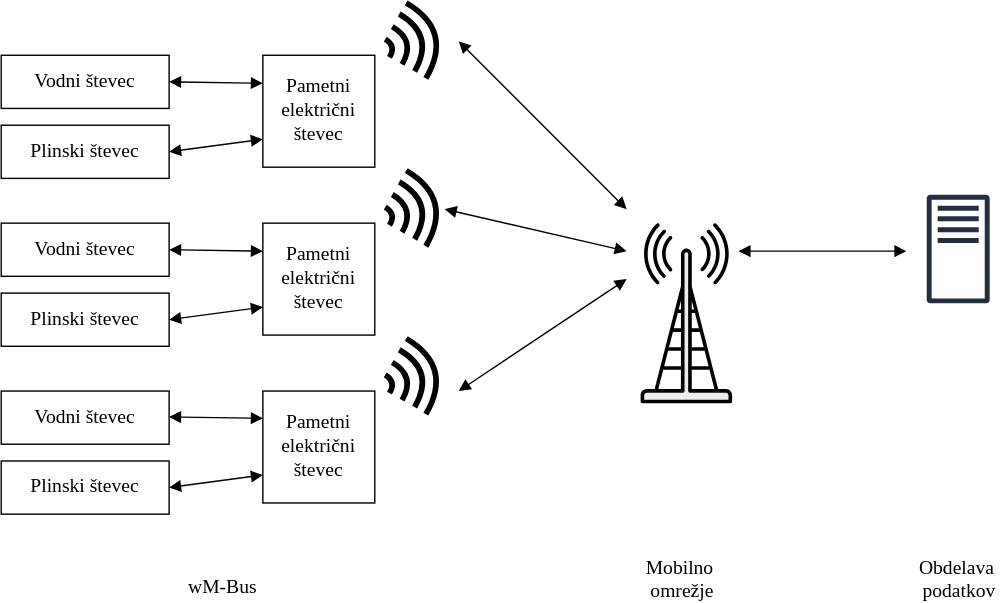
Above: Slike/AMI.svg in harka069/mag (draw.io), before the change. Source tidied: cells renumbered, new cells last; positions are measured from the earlier drawing's top-left corner, leaving out a move shared by most shapes.
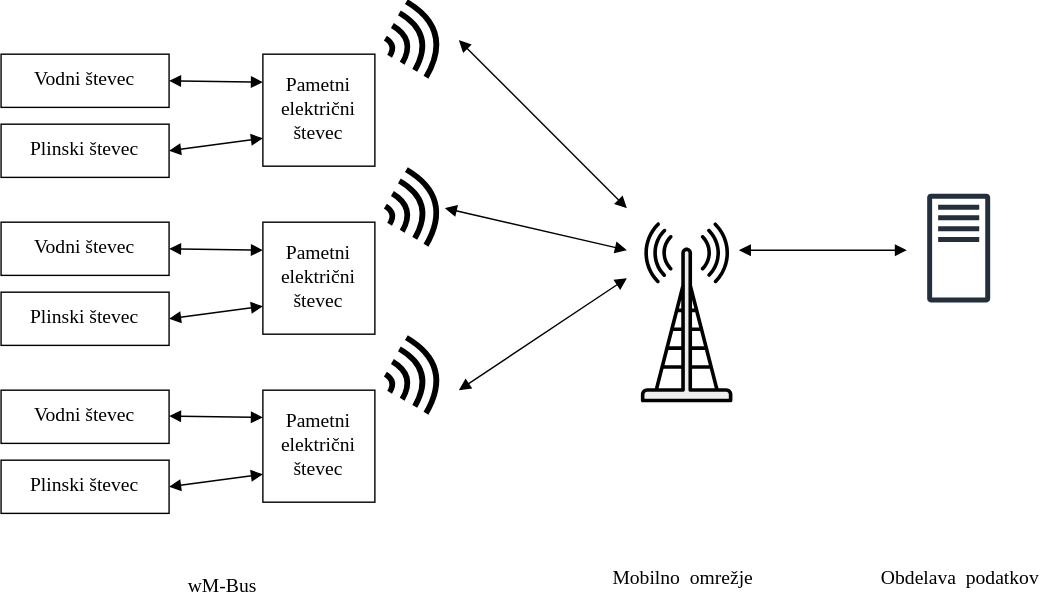
The same diagram one commit later.

The edit, as a diff of the source:
```diff
@@ -55,7 +55,7 @@
     <mxCell id="17" style="endArrow=block;html=1;rounded=0;exitX=1;exitY=0.5;exitDx=0;exitDy=0;entryX=0;entryY=0.25;entryDx=0;entryDy=0;startArrow=block;startFill=1;endFill=1;fontFamily=Latin Modern;fontSize=14;convertToSvg=0;" parent="1" edge="1" source="14" target="13">
       <mxGeometry relative="1" as="geometry" />
     </mxCell>
-    <mxCell id="18" value="Mobilno&amp;nbsp; omrežje" style="text;html=1;whiteSpace=wrap;strokeColor=none;fillColor=none;align=center;verticalAlign=middle;rounded=0;fontFamily=Latin Modern;fontSize=14;convertToSvg=0;svgWhiteSpace=wrap;" parent="1" vertex="1">
+    <mxCell id="18" value="Mobilno&amp;nbsp; omrežje" style="text;html=1;strokeColor=none;fillColor=none;align=center;verticalAlign=middle;rounded=0;fontFamily=Latin Modern;fontSize=14;convertToSvg=0;svgWhiteSpace=wrap;" parent="1" vertex="1">
       <mxGeometry x="457" y="397" width="60" height="30" as="geometry" />
     </mxCell>
     <mxCell id="19" style="shape=mxgraph.networks2.icon;fillColor=#EDEDED;strokeColor=#000000;gradientColor=#5B6163;network2IconShadow=1;network2bgFillColor=none;labelPosition=center;verticalLabelPosition=bottom;align=center;verticalAlign=top;network2Icon=mxgraph.networks2.antenna;network2IconYOffset=0.0004;network2IconW=0.508;network2IconH=0.9997;html=1;convertToSvg=1;fontFamily=Latin Modern;fontSize=14;" parent="1" vertex="1">
@@ -202,7 +202,7 @@
         <mxPoint x="647" y="177" as="targetPoint" />
       </mxGeometry>
     </mxCell>
-    <mxCell id="39" value="Obdelava&amp;nbsp; podatkov" style="text;html=1;whiteSpace=wrap;strokeColor=none;fillColor=none;align=center;verticalAlign=middle;rounded=0;fontSize=14;fontFamily=Latin Modern;convertToSvg=0;svgWhiteSpace=wrap;" parent="1" vertex="1">
+    <mxCell id="39" value="Obdelava&amp;nbsp; podatkov" style="text;html=1;strokeColor=none;fillColor=none;align=center;verticalAlign=middle;rounded=0;fontSize=14;fontFamily=Latin Modern;convertToSvg=0;svgWhiteSpace=wrap;" parent="1" vertex="1">
       <mxGeometry x="654.5" y="397" width="60" height="30" as="geometry" />
     </mxCell>
     <mxCell id="40" style="sketch=0;fontColor=#232F3E;gradientColor=none;fillColor=#232F3D;strokeColor=none;dashed=0;verticalLabelPosition=bottom;verticalAlign=top;align=center;html=1;fontSize=14;fontStyle=0;shape=mxgraph.aws4.traditional_server;convertToSvg=1;fontFamily=Latin Modern;" parent="1" vertex="1">
```
